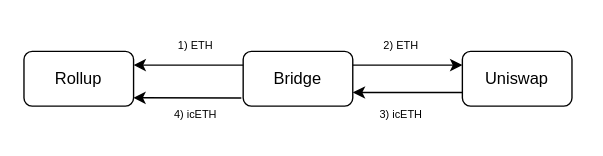
Above: page "Buy" (3 of 4) of Issue icETH.drawio in tajobin/Diagrams (draw.io), before the change. Source tidied: cells renumbered, new cells numbered last; positions are measured from the earlier drawing's top-left corner, leaving out a move shared by most shapes. Both pictures are drawn from the tidied source at 137%, with x=0, y=0 at pixel (23, 23).
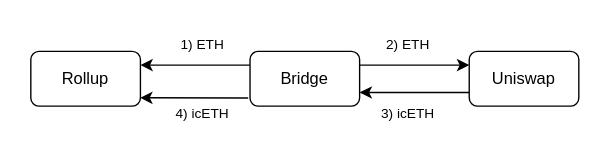
Above is the later version.

Change to the diagram source:
```diff
@@
 <mxGraphModel>
   <root>
     <mxCell id="0" />
     <mxCell id="1" parent="0" />
     <mxCell id="2" value="Bridge" style="rounded=1;whiteSpace=wrap;html=1;" parent="1" vertex="1">
-      <mxGeometry x="160" y="20" width="80" height="40" as="geometry" />
+      <mxGeometry x="165" y="20" width="80" height="40" as="geometry" />
     </mxCell>
     <mxCell id="3" value="Rollup" style="rounded=1;whiteSpace=wrap;html=1;" parent="1" vertex="1">
-      <mxGeometry y="20" width="80" height="40" as="geometry" />
+      <mxGeometry x="5" y="20" width="80" height="40" as="geometry" />
     </mxCell>
     <mxCell id="4" style="endArrow=classic;html=1;rounded=0;exitX=1;exitY=0.25;exitDx=0;exitDy=0;entryX=0;entryY=0.25;entryDx=0;entryDy=0;" parent="1" edge="1">
       <mxGeometry relative="1" as="geometry">
-        <mxPoint x="240" y="30" as="sourcePoint" />
-        <mxPoint x="320" y="30" as="targetPoint" />
+        <mxPoint x="245" y="30" as="sourcePoint" />
+        <mxPoint x="325" y="30" as="targetPoint" />
       </mxGeometry>
     </mxCell>
     <mxCell id="5" style="endArrow=classic;html=1;rounded=0;fontSize=8;entryX=1;entryY=0.75;entryDx=0;entryDy=0;exitX=0;exitY=0.75;exitDx=0;exitDy=0;" parent="1" edge="1" target="2">
       <mxGeometry relative="1" as="geometry">
-        <mxPoint x="320" y="50" as="sourcePoint" />
+        <mxPoint x="325" y="50" as="sourcePoint" />
       </mxGeometry>
     </mxCell>
     <mxCell id="6" style="endArrow=classic;html=1;rounded=0;fontSize=8;entryX=1;entryY=0.25;entryDx=0;entryDy=0;exitX=0;exitY=0.25;exitDx=0;exitDy=0;" parent="1" edge="1" source="2" target="3">
       <mxGeometry relative="1" as="geometry">
         <Array as="points">
-          <mxPoint x="120" y="30" />
+          <mxPoint x="125" y="30" />
         </Array>
       </mxGeometry>
     </mxCell>
     <mxCell id="7" style="edgeStyle=orthogonalEdgeStyle;rounded=0;orthogonalLoop=1;jettySize=auto;html=1;exitX=0.5;exitY=1;exitDx=0;exitDy=0;" parent="1" edge="1" source="3" target="3">
       <mxGeometry relative="1" as="geometry" />
     </mxCell>
     <mxCell id="8" style="endArrow=classic;html=1;rounded=0;exitX=-0.017;exitY=0.85;exitDx=0;exitDy=0;entryX=0.998;entryY=0.847;entryDx=0;entryDy=0;entryPerimeter=0;exitPerimeter=0;" parent="1" edge="1" source="2" target="3">
       <mxGeometry relative="1" as="geometry" />
     </mxCell>
-    <mxCell id="9" value="&lt;font style=&quot;font-size: 8px;&quot;&gt;1) ETH&lt;/font&gt;" style="text;html=1;align=center;verticalAlign=middle;strokeColor=none;fillColor=none;rotation=0;" parent="1" vertex="1">
-      <mxGeometry x="100" width="50" height="30" as="geometry" />
+    <mxCell id="9" value="&lt;font style=&quot;font-size: 10px;&quot;&gt;1) ETH&lt;/font&gt;" style="text;html=1;align=center;verticalAlign=middle;strokeColor=none;fillColor=none;rotation=0;fontSize=10;" parent="1" vertex="1">
+      <mxGeometry x="100" width="60" height="30" as="geometry" />
     </mxCell>
     <mxCell id="10" value="Uniswap" style="rounded=1;whiteSpace=wrap;html=1;" parent="1" vertex="1">
-      <mxGeometry x="320" y="20" width="80" height="40" as="geometry" />
+      <mxGeometry x="325" y="20" width="80" height="40" as="geometry" />
     </mxCell>
-    <mxCell id="11" value="&lt;font style=&quot;font-size: 8px;&quot;&gt;2) ETH&lt;/font&gt;" style="text;html=1;align=center;verticalAlign=middle;strokeColor=none;fillColor=none;rotation=0;" parent="1" vertex="1">
-      <mxGeometry x="250" width="50" height="30" as="geometry" />
+    <mxCell id="11" value="&lt;font style=&quot;font-size: 10px;&quot;&gt;2) ETH&lt;/font&gt;" style="text;html=1;align=center;verticalAlign=middle;strokeColor=none;fillColor=none;rotation=0;fontSize=10;" parent="1" vertex="1">
+      <mxGeometry x="250" width="60" height="30" as="geometry" />
     </mxCell>
-    <mxCell id="12" value="&lt;font style=&quot;font-size: 8px;&quot;&gt;3) icETH&lt;/font&gt;" style="text;html=1;align=center;verticalAlign=middle;strokeColor=none;fillColor=none;rotation=0;" parent="1" vertex="1">
-      <mxGeometry x="250" y="50" width="50" height="30" as="geometry" />
+    <mxCell id="12" value="&lt;font style=&quot;font-size: 10px;&quot;&gt;3) icETH&lt;/font&gt;" style="text;html=1;align=center;verticalAlign=middle;strokeColor=none;fillColor=none;rotation=0;fontSize=10;" parent="1" vertex="1">
+      <mxGeometry x="250" y="50" width="60" height="30" as="geometry" />
     </mxCell>
-    <mxCell id="13" value="&lt;font style=&quot;font-size: 8px;&quot;&gt;4) icETH&lt;/font&gt;" style="text;html=1;align=center;verticalAlign=middle;strokeColor=none;fillColor=none;rotation=0;" parent="1" vertex="1">
-      <mxGeometry x="100" y="50" width="50" height="30" as="geometry" />
+    <mxCell id="13" value="&lt;font style=&quot;font-size: 10px;&quot;&gt;4) icETH&lt;/font&gt;" style="text;html=1;align=center;verticalAlign=middle;strokeColor=none;fillColor=none;rotation=0;fontSize=10;" parent="1" vertex="1">
+      <mxGeometry x="100" y="50" width="60" height="30" as="geometry" />
     </mxCell>
   </root>
 </mxGraphModel>
```
